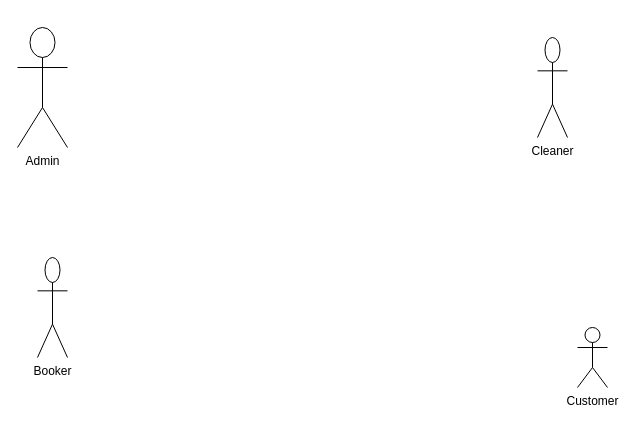
Before: HarriotMotel.drawio in Serpent1776/SE-349, a draw.io diagram. Source tidied: cells renumbered, new cells numbered last; positions are measured from the earlier drawing's top-left corner, leaving out a move shared by most shapes. Both pictures are drawn from the tidied source at 100%, with x=0, y=0 at pixel (17, 27).
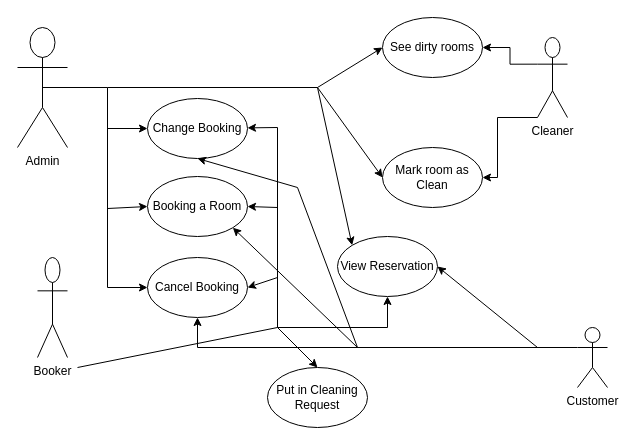
The same diagram, later.

The change refers to these unchanged cells:
```xml
<mxCell id="2" value="Admin" style="shape=umlActor;verticalLabelPosition=bottom;verticalAlign=top;html=1;outlineConnect=0;" parent="1" vertex="1">
  <mxGeometry width="50" height="120" as="geometry" />
</mxCell>
<mxCell id="3" value="Customer" style="shape=umlActor;verticalLabelPosition=bottom;verticalAlign=top;html=1;outlineConnect=0;" parent="1" vertex="1">
  <mxGeometry x="560" y="300" width="30" height="60" as="geometry" />
</mxCell>
```

What changed in the source:
```diff
@@
+    <mxCell id="6" style="edgeStyle=orthogonalEdgeStyle;rounded=0;jettySize=auto;html=1;exitX=0.5;exitY=0.5;exitDx=0;exitDy=0;exitPerimeter=0;entryX=0;entryY=0.5;entryDx=0;entryDy=0;" parent="1" edge="1" source="2" target="15">
+      <mxGeometry relative="1" as="geometry" />
+    </mxCell>
@@
+    <mxCell id="7" style="edgeStyle=orthogonalEdgeStyle;rounded=0;jettySize=auto;html=1;exitX=0;exitY=0.3333333333333333;exitDx=0;exitDy=0;exitPerimeter=0;entryX=0.5;entryY=1;entryDx=0;entryDy=0;" parent="1" edge="1" source="3" target="11">
+      <mxGeometry relative="1" as="geometry" />
+    </mxCell>
@@
+    <mxCell id="8" style="edgeStyle=orthogonalEdgeStyle;rounded=0;jettySize=auto;html=1;exitX=0;exitY=0.3333333333333333;exitDx=0;exitDy=0;exitPerimeter=0;" parent="1" edge="1" source="5" target="13">
+      <mxGeometry relative="1" as="geometry" />
+    </mxCell>
+    <mxCell id="9" style="edgeStyle=orthogonalEdgeStyle;rounded=0;jettySize=auto;html=1;exitX=0;exitY=1;exitDx=0;exitDy=0;exitPerimeter=0;entryX=1;entryY=0.5;entryDx=0;entryDy=0;" parent="1" edge="1" source="5" target="12">
+      <mxGeometry relative="1" as="geometry">
+        <Array as="points">
+          <mxPoint x="480" y="90" />
+          <mxPoint x="480" y="150" />
+        </Array>
+      </mxGeometry>
+    </mxCell>
     <mxCell id="5" value="Cleaner" style="shape=umlActor;verticalLabelPosition=bottom;verticalAlign=top;html=1;outlineConnect=0;" parent="1" vertex="1">
-      <mxGeometry x="520" y="10" width="30" height="100" as="geometry" />
+      <mxGeometry x="520" y="10" width="30" height="80" as="geometry" />
     </mxCell>
+    <mxCell id="10" value="View Reservation" style="ellipse;whiteSpace=wrap;html=1;" parent="1" vertex="1">
+      <mxGeometry x="320" y="209" width="100" height="60" as="geometry" />
+    </mxCell>
+    <mxCell id="11" value="Cancel Booking" style="ellipse;whiteSpace=wrap;html=1;" parent="1" vertex="1">
+      <mxGeometry x="130" y="230" width="100" height="60" as="geometry" />
+    </mxCell>
+    <mxCell id="12" value="Mark room as Clean" style="ellipse;whiteSpace=wrap;html=1;" parent="1" vertex="1">
+      <mxGeometry x="365" y="120" width="100" height="60" as="geometry" />
+    </mxCell>
+    <mxCell id="13" value="See dirty rooms" style="ellipse;whiteSpace=wrap;html=1;" parent="1" vertex="1">
+      <mxGeometry x="365" y="-10" width="100" height="60" as="geometry" />
+    </mxCell>
+    <mxCell id="14" value="Booking a Room" style="ellipse;whiteSpace=wrap;html=1;" parent="1" vertex="1">
+      <mxGeometry x="130" y="149" width="100" height="60" as="geometry" />
+    </mxCell>
+    <mxCell id="15" value="Change Booking" style="ellipse;whiteSpace=wrap;html=1;" parent="1" vertex="1">
+      <mxGeometry x="130" y="71" width="100" height="60" as="geometry" />
+    </mxCell>
+    <mxCell id="16" value="Put in Cleaning Request" style="ellipse;whiteSpace=wrap;html=1;" parent="1" vertex="1">
+      <mxGeometry x="250" y="340" width="100" height="60" as="geometry" />
+    </mxCell>
+    <mxCell id="17" style="endArrow=none;html=1;rounded=0;" parent="1" edge="1">
+      <mxGeometry relative="1" as="geometry">
+        <mxPoint x="90" y="260" as="sourcePoint" />
+        <mxPoint x="90" y="100" as="targetPoint" />
+      </mxGeometry>
+    </mxCell>
+    <mxCell id="18" style="endArrow=classic;html=1;rounded=0;entryX=0;entryY=0.5;entryDx=0;entryDy=0;" parent="1" edge="1" target="14">
+      <mxGeometry relative="1" as="geometry">
+        <mxPoint x="90" y="181" as="sourcePoint" />
+      </mxGeometry>
+    </mxCell>
+    <mxCell id="19" style="endArrow=classic;html=1;rounded=0;entryX=0;entryY=0.5;entryDx=0;entryDy=0;" parent="1" edge="1" target="11">
+      <mxGeometry relative="1" as="geometry">
+        <mxPoint x="90" y="260" as="sourcePoint" />
+      </mxGeometry>
+    </mxCell>
+    <mxCell id="20" style="endArrow=none;html=1;rounded=0;" parent="1" edge="1">
+      <mxGeometry relative="1" as="geometry">
+        <mxPoint x="260" y="300" as="sourcePoint" />
+        <mxPoint x="260" y="100" as="targetPoint" />
+      </mxGeometry>
+    </mxCell>
+    <mxCell id="21" style="endArrow=classic;html=1;rounded=0;" parent="1" edge="1" target="15">
+      <mxGeometry relative="1" as="geometry">
+        <mxPoint x="260" y="100" as="sourcePoint" />
+      </mxGeometry>
+    </mxCell>
+    <mxCell id="22" style="endArrow=classic;html=1;rounded=0;entryX=1;entryY=0.5;entryDx=0;entryDy=0;" parent="1" edge="1" target="14">
+      <mxGeometry relative="1" as="geometry">
+        <mxPoint x="260" y="180" as="sourcePoint" />
+      </mxGeometry>
+    </mxCell>
+    <mxCell id="23" style="endArrow=classic;html=1;rounded=0;entryX=1;entryY=0.5;entryDx=0;entryDy=0;" parent="1" edge="1" target="11">
+      <mxGeometry relative="1" as="geometry">
+        <mxPoint x="260" y="250" as="sourcePoint" />
+      </mxGeometry>
+    </mxCell>
+    <mxCell id="24" style="endArrow=none;html=1;rounded=0;" parent="1" edge="1">
+      <mxGeometry relative="1" as="geometry">
+        <mxPoint x="90" y="60" as="sourcePoint" />
+        <mxPoint x="300" y="60" as="targetPoint" />
+      </mxGeometry>
+    </mxCell>
+    <mxCell id="25" style="endArrow=classic;html=1;rounded=0;entryX=0;entryY=0;entryDx=0;entryDy=0;" parent="1" edge="1" target="10">
+      <mxGeometry relative="1" as="geometry">
+        <mxPoint x="300" y="60" as="sourcePoint" />
+      </mxGeometry>
+    </mxCell>
+    <mxCell id="26" style="endArrow=classic;html=1;rounded=0;entryX=0.5;entryY=1;entryDx=0;entryDy=0;" parent="1" edge="1" target="10">
+      <mxGeometry relative="1" as="geometry">
+        <mxPoint x="260" y="300" as="sourcePoint" />
+        <Array as="points">
+          <mxPoint x="370" y="300" />
+        </Array>
+      </mxGeometry>
+    </mxCell>
+    <mxCell id="27" style="endArrow=none;html=1;rounded=0;" parent="1" edge="1">
+      <mxGeometry relative="1" as="geometry">
+        <mxPoint x="60" y="340" as="sourcePoint" />
+        <mxPoint x="260" y="300" as="targetPoint" />
+      </mxGeometry>
+    </mxCell>
+    <mxCell id="28" style="endArrow=classic;html=1;rounded=0;entryX=0.5;entryY=0;entryDx=0;entryDy=0;" parent="1" edge="1" target="16">
+      <mxGeometry relative="1" as="geometry">
+        <mxPoint x="260" y="300" as="sourcePoint" />
+      </mxGeometry>
+    </mxCell>
+    <mxCell id="29" style="endArrow=classic;html=1;rounded=0;entryX=1;entryY=1;entryDx=0;entryDy=0;" parent="1" edge="1" target="14">
+      <mxGeometry relative="1" as="geometry">
+        <mxPoint x="340" y="320" as="sourcePoint" />
+      </mxGeometry>
+    </mxCell>
+    <mxCell id="30" style="endArrow=none;html=1;rounded=0;" parent="1" edge="1">
+      <mxGeometry relative="1" as="geometry">
+        <mxPoint x="340" y="320" as="sourcePoint" />
+        <mxPoint x="280" y="160" as="targetPoint" />
+      </mxGeometry>
+    </mxCell>
+    <mxCell id="31" style="endArrow=classic;html=1;rounded=0;entryX=0.5;entryY=1;entryDx=0;entryDy=0;" parent="1" edge="1" target="15">
+      <mxGeometry relative="1" as="geometry">
+        <mxPoint x="280" y="160" as="sourcePoint" />
+      </mxGeometry>
+    </mxCell>
+    <mxCell id="32" style="endArrow=classic;html=1;rounded=0;entryX=1;entryY=0.5;entryDx=0;entryDy=0;" parent="1" edge="1" target="10">
+      <mxGeometry relative="1" as="geometry">
+        <mxPoint x="520" y="320" as="sourcePoint" />
+      </mxGeometry>
+    </mxCell>
+    <mxCell id="33" style="endArrow=classic;html=1;rounded=0;entryX=0;entryY=0.5;entryDx=0;entryDy=0;" parent="1" edge="1" target="12">
+      <mxGeometry relative="1" as="geometry">
+        <mxPoint x="300" y="60" as="sourcePoint" />
+      </mxGeometry>
+    </mxCell>
+    <mxCell id="34" style="endArrow=classic;html=1;rounded=0;entryX=0;entryY=0.5;entryDx=0;entryDy=0;" parent="1" edge="1" target="13">
+      <mxGeometry relative="1" as="geometry">
+        <mxPoint x="300" y="60" as="sourcePoint" />
+      </mxGeometry>
+    </mxCell>
```
